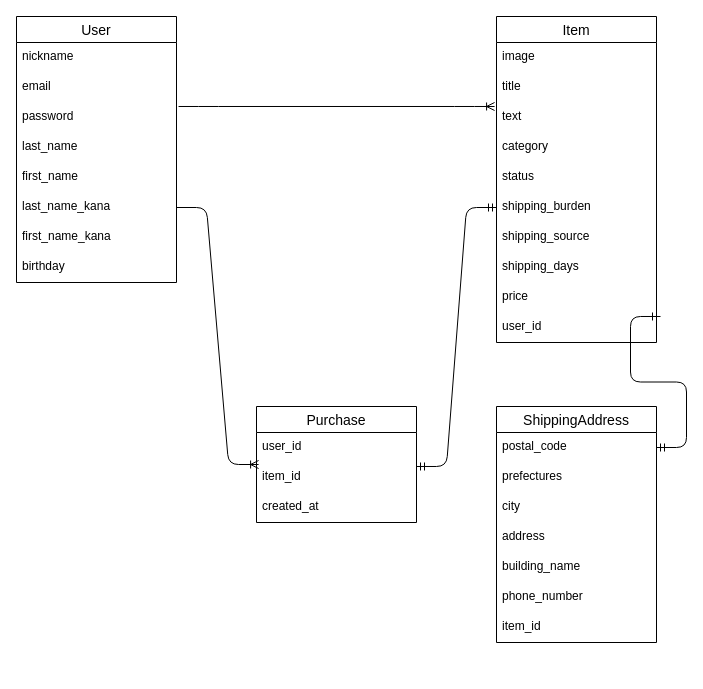
Before: furima.dio in jun2035/furima-31732, a draw.io diagram. Source tidied: cells renumbered, new cells numbered last; positions are measured from the earlier drawing's top-left corner, leaving out a move shared by most shapes. Both pictures are drawn from the tidied source at 100%, with x=0, y=0 at pixel (16, 16).
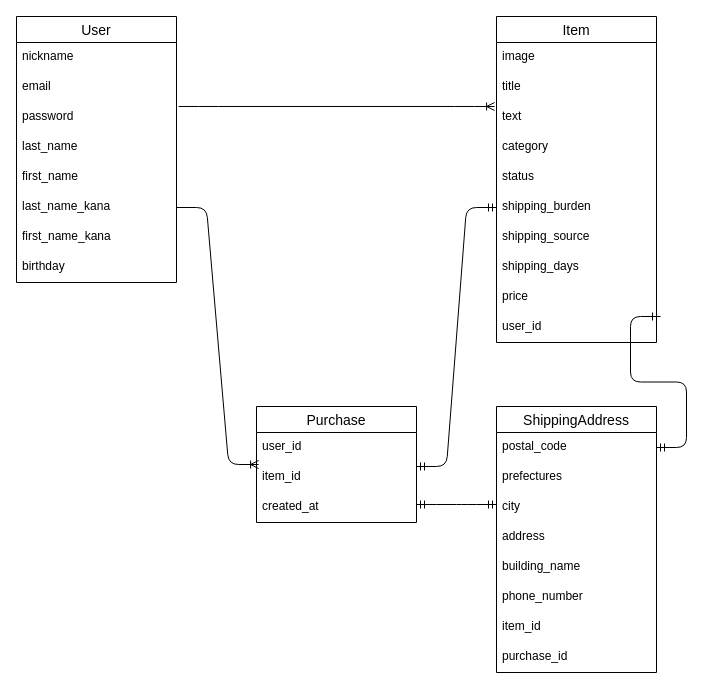
After the change.

Commit message (it also covers changes not shown here):
【修正】ER図とREADMEの作成

Change to the diagram source:
```diff
@@
     <mxCell id="30" value="ShippingAddress" style="swimlane;fontStyle=0;horizontal=1;startSize=26;align=center;fontSize=14;" parent="1" vertex="1">
-      <mxGeometry x="480" y="390" width="160" height="236" as="geometry" />
+      <mxGeometry x="480" y="390" width="160" height="266" as="geometry" />
     </mxCell>
@@
+    <mxCell id="38" value="purchase_id" style="text;strokeColor=none;fillColor=none;spacingLeft=4;spacingRight=4;overflow=hidden;fontSize=12;" parent="30" vertex="1">
+      <mxGeometry y="236" width="160" height="30" as="geometry" />
+    </mxCell>
+    <mxCell id="39" style="edgeStyle=entityRelationEdgeStyle;fontSize=12;html=1;endArrow=ERmandOne;startArrow=ERmandOne;exitX=1;exitY=0.5;exitDx=0;exitDy=0;entryX=0;entryY=0.5;entryDx=0;entryDy=0;" parent="1" edge="1">
+      <mxGeometry relative="1" as="geometry">
+        <mxPoint x="400" y="488" as="sourcePoint" />
+        <mxPoint x="480" y="488" as="targetPoint" />
+      </mxGeometry>
+    </mxCell>
```
